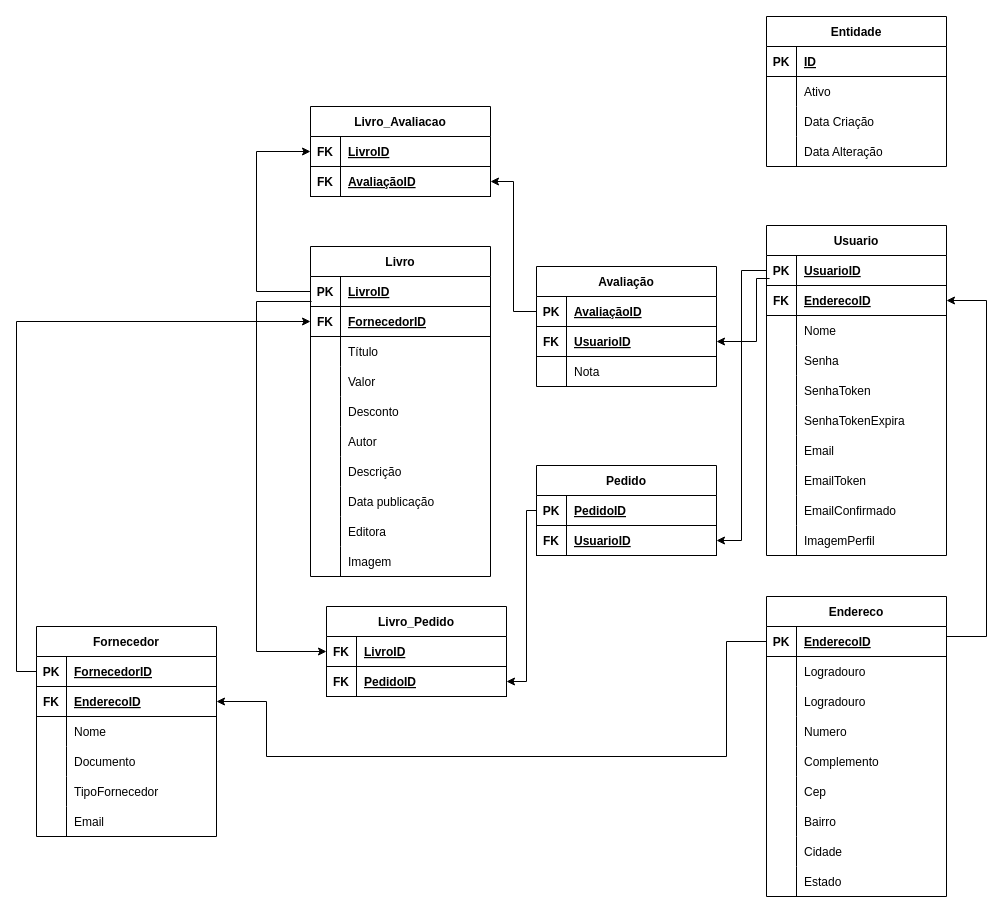
Earlier version of the draw.io diagram Assets/bookstore.drawio (phses/BookStore_API). Source tidied: cells renumbered, new cells numbered last; positions are measured from the earlier drawing's top-left corner, leaving out a move shared by most shapes. Both pictures are drawn from the tidied source at 100%, with x=0, y=0 at pixel (36, 16).
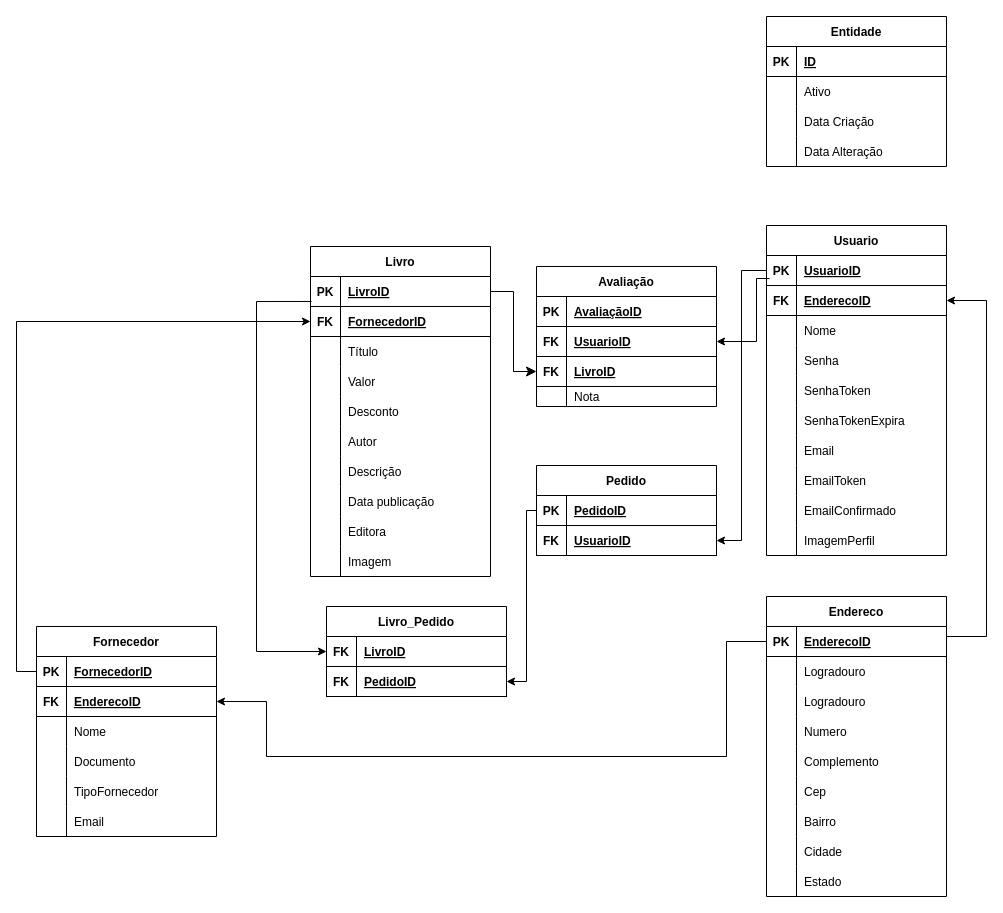
The same page after the edit.

Commit message (it also covers changes not shown here):
fix: alterando modelo relacional

Unchanged cells that the change refers to:
```xml
<mxCell id="3" style="shape=tableRow;horizontal=0;startSize=0;swimlaneHead=0;swimlaneBody=0;fillColor=none;points=[[0,0.5],[1,0.5]];portConstraint=eastwest;top=0;left=0;right=0;bottom=1;" parent="2" vertex="1">
  <mxGeometry y="30" width="180" height="30" as="geometry" />
</mxCell>
<mxCell id="34" style="shape=tableRow;horizontal=0;startSize=0;swimlaneHead=0;swimlaneBody=0;fillColor=none;points=[[0,0.5],[1,0.5]];portConstraint=eastwest;top=0;left=0;right=0;bottom=1;" parent="33" vertex="1">
  <mxGeometry y="30" width="180" height="30" as="geometry" />
</mxCell>
```

What changed in the source:
```diff
@@
     <mxCell id="33" value="Avaliação" style="shape=table;startSize=30;childLayout=tableLayout;rowLines=0;fontStyle=1;align=center;" parent="1" vertex="1">
-      <mxGeometry x="500" y="250" width="180" height="120" as="geometry" />
+      <mxGeometry x="500" y="250" width="180" height="140" as="geometry" />
     </mxCell>
@@
+    <mxCell id="164" style="shape=tableRow;horizontal=0;startSize=0;swimlaneHead=0;swimlaneBody=0;fillColor=none;points=[[0,0.5],[1,0.5]];portConstraint=eastwest;top=0;left=0;right=0;bottom=1;" parent="33" vertex="1">
+      <mxGeometry y="90" width="180" height="30" as="geometry" />
+    </mxCell>
+    <mxCell id="165" value="FK" style="shape=partialRectangle;fillColor=none;top=0;left=0;bottom=0;right=0;fontStyle=1;overflow=hidden;" parent="164" vertex="1">
+      <mxGeometry width="30" height="30" as="geometry" />
+    </mxCell>
+    <mxCell id="46" value="LivroID" style="shape=partialRectangle;fillColor=none;top=0;left=0;bottom=0;right=0;align=left;spacingLeft=6;fontStyle=5;overflow=hidden;" parent="164" vertex="1">
+      <mxGeometry x="30" width="150" height="30" as="geometry" />
+    </mxCell>
     <mxCell id="40" style="shape=tableRow;horizontal=0;startSize=0;swimlaneHead=0;swimlaneBody=0;fillColor=none;top=0;left=0;right=0;bottom=0;" parent="33" vertex="1">
-      <mxGeometry y="90" width="180" height="30" as="geometry" />
+      <mxGeometry y="120" width="180" height="20" as="geometry" />
     </mxCell>
     <mxCell id="41" style="shape=partialRectangle;fillColor=none;top=0;left=0;bottom=0;right=0;overflow=hidden;" parent="40" vertex="1">
-      <mxGeometry width="30" height="30" as="geometry" />
+      <mxGeometry width="30" height="20" as="geometry" />
     </mxCell>
     <mxCell id="42" value="Nota" style="shape=partialRectangle;fillColor=none;top=0;left=0;bottom=0;right=0;align=left;spacingLeft=6;overflow=hidden;" parent="40" vertex="1">
-      <mxGeometry x="30" width="150" height="30" as="geometry" />
+      <mxGeometry x="30" width="150" height="20" as="geometry" />
     </mxCell>
-    <mxCell id="43" value="Livro_Avaliacao" style="shape=table;startSize=30;childLayout=tableLayout;rowLines=0;fontStyle=1;align=center;" parent="1" vertex="1">
-      <mxGeometry x="274" y="90" width="180" height="90" as="geometry" />
-    </mxCell>
-    <mxCell id="44" style="shape=tableRow;horizontal=0;startSize=0;swimlaneHead=0;swimlaneBody=0;fillColor=none;points=[[0,0.5],[1,0.5]];portConstraint=eastwest;top=0;left=0;right=0;bottom=1;" parent="43" vertex="1">
-      <mxGeometry y="30" width="180" height="30" as="geometry" />
-    </mxCell>
-    <mxCell id="45" value="FK" style="shape=partialRectangle;fillColor=none;top=0;left=0;bottom=0;right=0;fontStyle=1;overflow=hidden;" parent="44" vertex="1">
-      <mxGeometry width="30" height="30" as="geometry" />
-    </mxCell>
-    <mxCell id="46" value="LivroID" style="shape=partialRectangle;fillColor=none;top=0;left=0;bottom=0;right=0;align=left;spacingLeft=6;fontStyle=5;overflow=hidden;" parent="44" vertex="1">
-      <mxGeometry x="30" width="150" height="30" as="geometry" />
-    </mxCell>
-    <mxCell id="47" style="shape=tableRow;horizontal=0;startSize=0;swimlaneHead=0;swimlaneBody=0;fillColor=none;points=[[0,0.5],[1,0.5]];portConstraint=eastwest;top=0;left=0;right=0;bottom=1;" parent="43" vertex="1">
-      <mxGeometry y="60" width="180" height="30" as="geometry" />
-    </mxCell>
-    <mxCell id="48" value="FK" style="shape=partialRectangle;fillColor=none;top=0;left=0;bottom=0;right=0;fontStyle=1;overflow=hidden;" parent="47" vertex="1">
-      <mxGeometry width="30" height="30" as="geometry" />
-    </mxCell>
-    <mxCell id="49" value="AvaliaçãoID" style="shape=partialRectangle;fillColor=none;top=0;left=0;bottom=0;right=0;align=left;spacingLeft=6;fontStyle=5;overflow=hidden;" parent="47" vertex="1">
-      <mxGeometry x="30" width="150" height="30" as="geometry" />
-    </mxCell>
@@
-    <mxCell id="155" style="edgeStyle=orthogonalEdgeStyle;rounded=0;jettySize=auto;html=1;exitX=0;exitY=0.5;exitDx=0;exitDy=0;entryX=0;entryY=0.5;entryDx=0;entryDy=0;" parent="1" edge="1" source="3" target="44">
-      <mxGeometry relative="1" as="geometry">
-        <Array as="points">
-          <mxPoint x="220" y="275" />
-          <mxPoint x="220" y="135" />
-        </Array>
-      </mxGeometry>
-    </mxCell>
@@
-    <mxCell id="160" style="edgeStyle=orthogonalEdgeStyle;rounded=0;jettySize=auto;html=1;exitX=0;exitY=0.5;exitDx=0;exitDy=0;entryX=1;entryY=0.5;entryDx=0;entryDy=0;" parent="1" edge="1" source="34" target="47">
-      <mxGeometry relative="1" as="geometry" />
-    </mxCell>
@@
+    <mxCell id="166" style="edgeStyle=elbowEdgeStyle;elbow=horizontal;endArrow=classic;html=1;curved=0;rounded=0;endSize=8;startSize=8;exitX=1;exitY=0.5;exitDx=0;exitDy=0;entryX=0;entryY=0.5;entryDx=0;entryDy=0;" parent="1" edge="1" source="3" target="164">
+      <mxGeometry relative="1" as="geometry" />
+    </mxCell>
```
